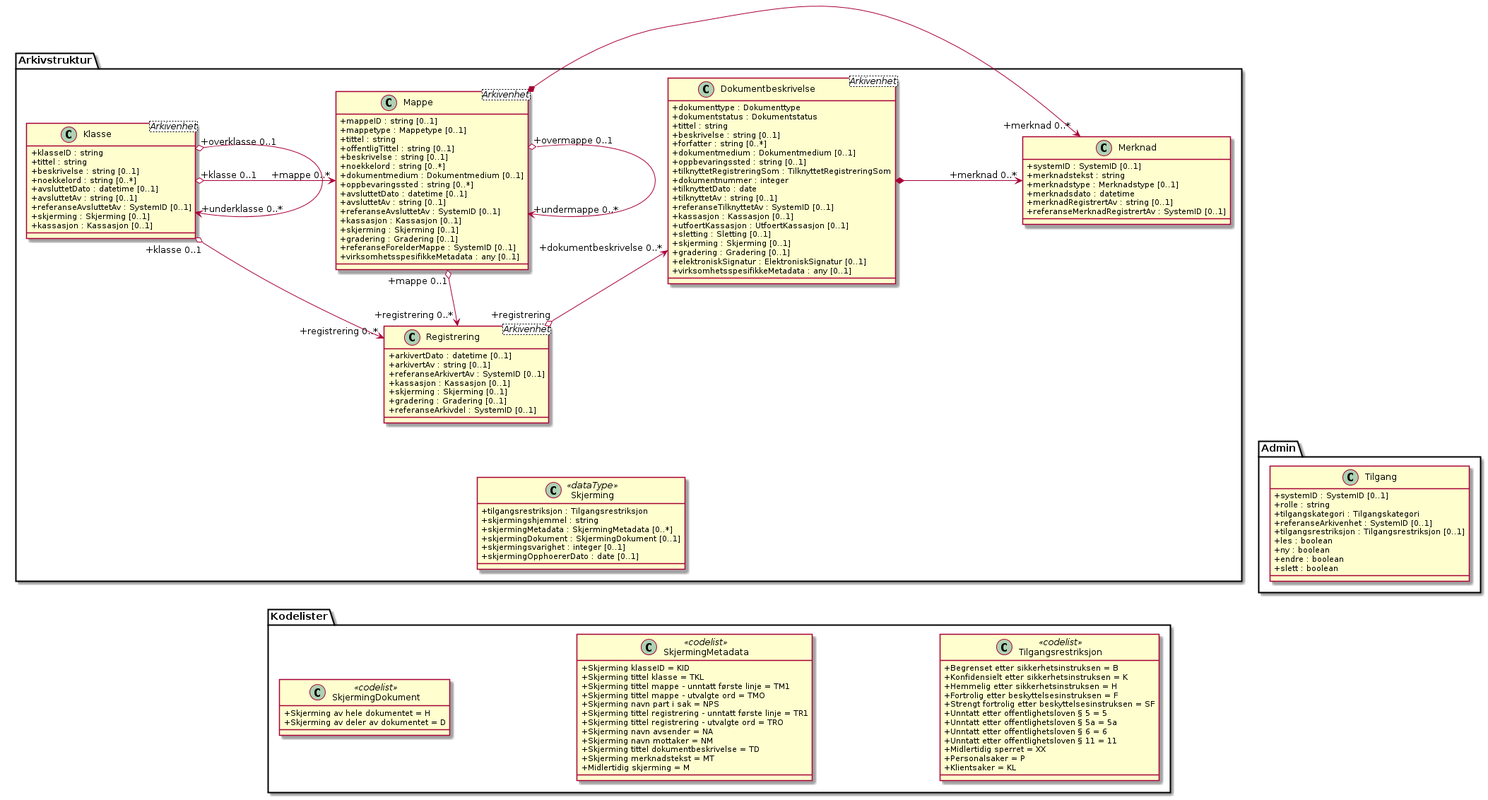
Above: kapitler/media/uml-arkivstruktur-skjerming.png in arkivverket/noark5-tjenestegrensesnitt-standard (PlantUML), before the change.
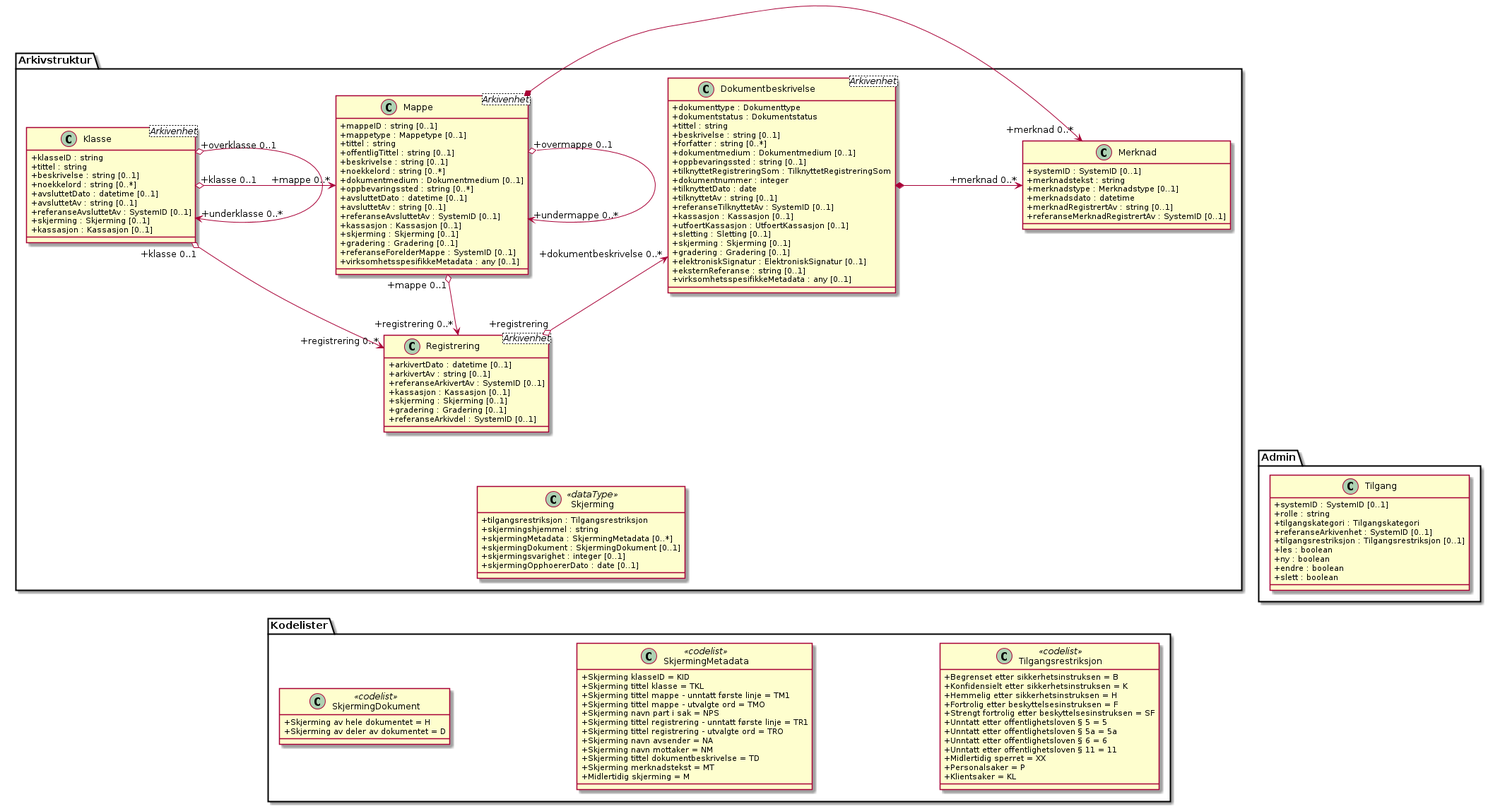
Later version of the same file.

The edit, as a diff of the source:
```diff
@@ -50,6 +50,7 @@
   +skjerming : Skjerming [0..1]
   +gradering : Gradering [0..1]
   +elektroniskSignatur : ElektroniskSignatur [0..1]
+  +eksternReferanse : string [0..1]
   +virksomhetsspesifikkeMetadata : any [0..1]
 }
 class Arkivstruktur.Registrering <Arkivenhet> {
```
